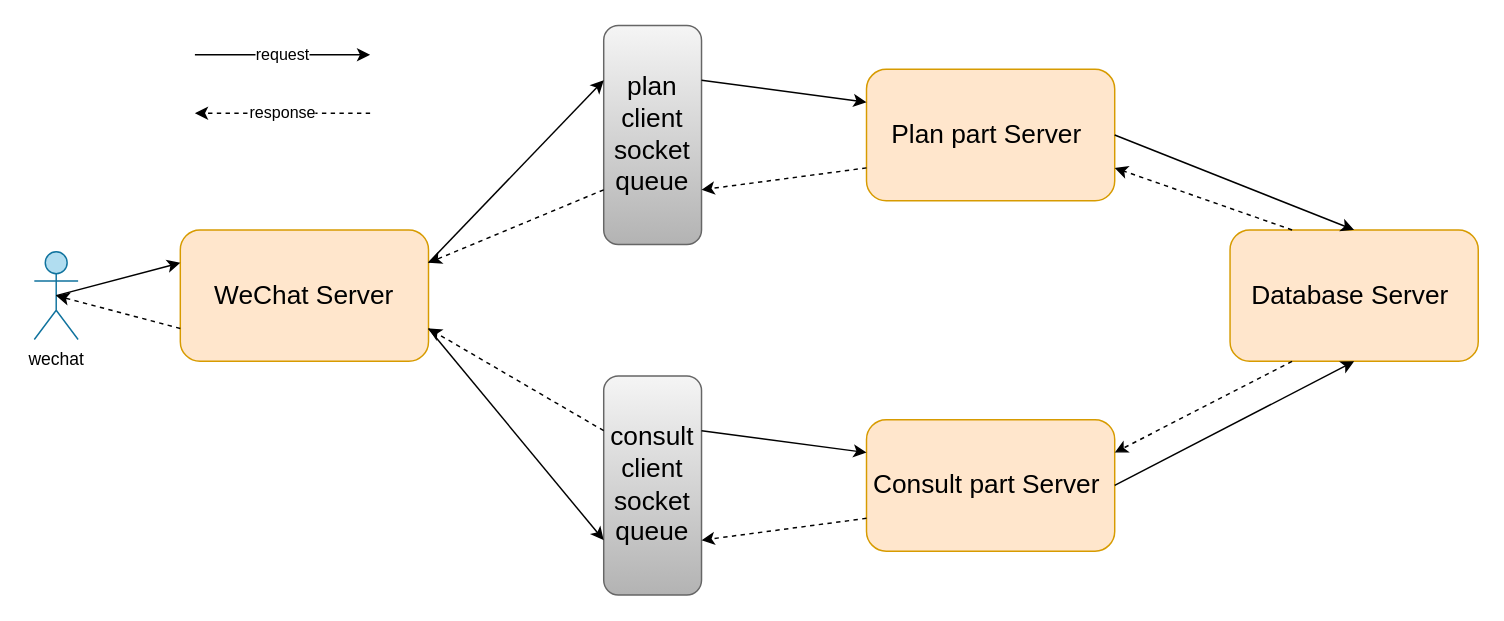
ricosr/travel_consult_chatbot keeps this draw.io diagram as flow_diagram/project_structure.drawio. Above is the earlier version. Source tidied: cells renumbered, new cells numbered last; positions are measured from the earlier drawing's top-left corner, leaving out a move shared by most shapes. Both pictures are drawn from the tidied source at 146%, with x=0, y=0 at pixel (34, 25).
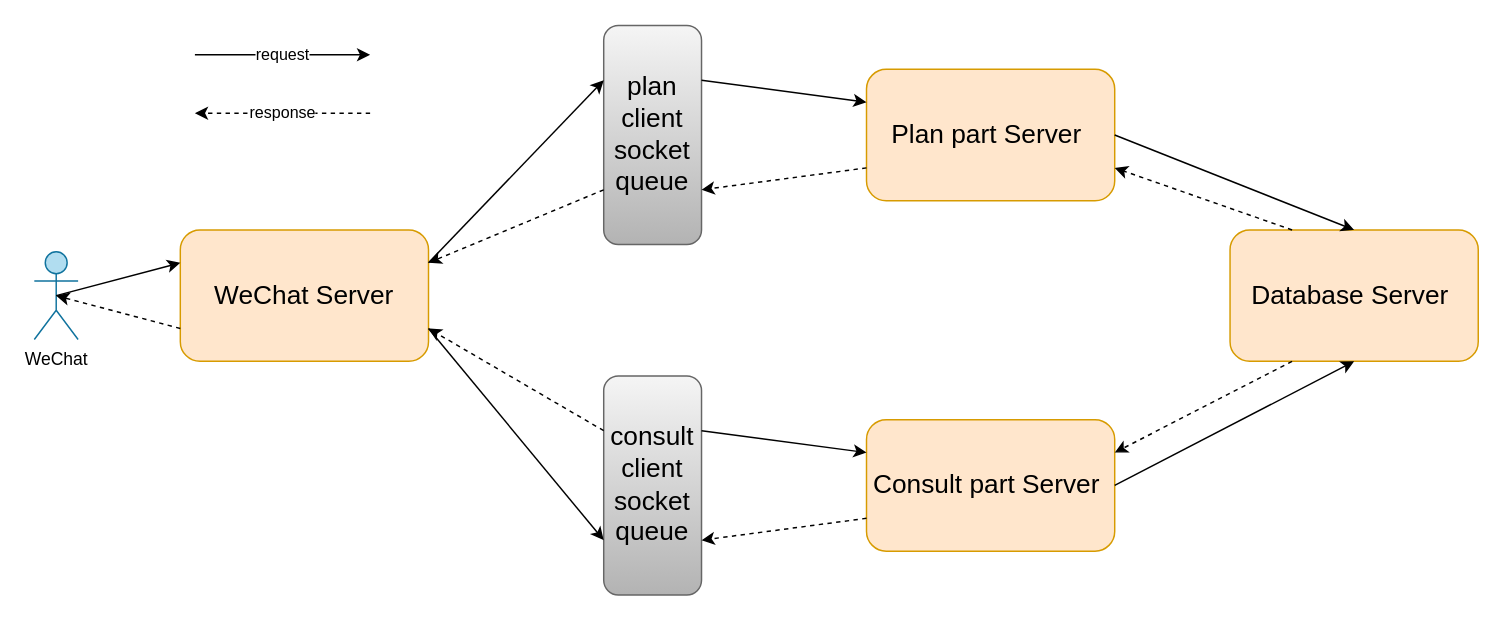
The same page after the edit.

The edit, as a diff of the source:
```diff
@@
-    <mxCell id="4" value="wechat" style="shape=umlActor;verticalLabelPosition=bottom;labelBackgroundColor=#ffffff;verticalAlign=top;html=1;outlineConnect=0;glass=0;fillColor=#b1ddf0;strokeColor=#10739e;" parent="1" vertex="1">
+    <mxCell id="4" value="WeChat" style="shape=umlActor;verticalLabelPosition=bottom;labelBackgroundColor=#ffffff;verticalAlign=top;html=1;outlineConnect=0;glass=0;fillColor=#b1ddf0;strokeColor=#10739e;" parent="1" vertex="1">
       <mxGeometry y="155" width="30" height="60" as="geometry" />
     </mxCell>
```
